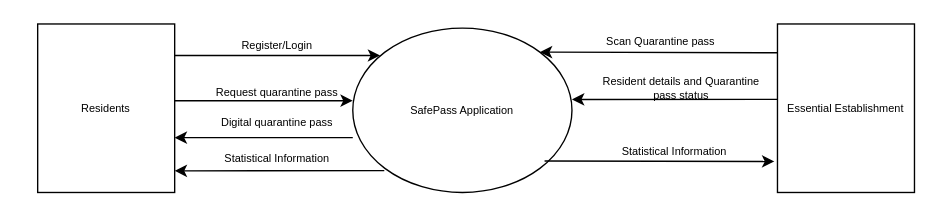
Earlier version of the draw.io diagram page "Page-1" (1 of 9) of joane/Diagram Drafts.drawio (jengfad/capstone). Source tidied: cells renumbered, new cells numbered last; positions are measured from the earlier drawing's top-left corner, leaving out a move shared by most shapes. Both pictures are drawn from the tidied source at 137%, with x=0, y=0 at pixel (37, 23).
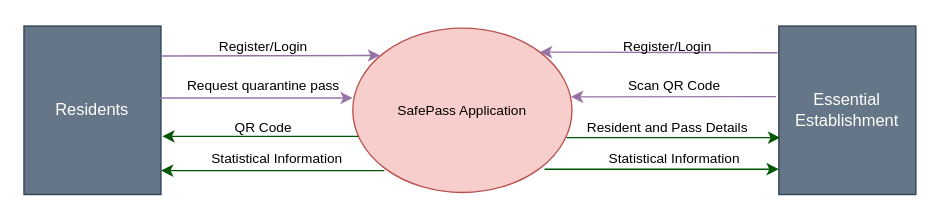
Above is the later version.

The edit, as a diff of the source:
```diff
@@
-    <mxCell id="2" value="SafePass Application" style="ellipse;whiteSpace=wrap;html=1;fontSize=8;" parent="1" vertex="1">
+    <mxCell id="2" value="&lt;font style=&quot;font-size: 10px&quot;&gt;SafePass Application&lt;/font&gt;" style="ellipse;whiteSpace=wrap;html=1;fontSize=8;fillColor=#f8cecc;strokeColor=#b85450;" parent="1" vertex="1">
       <mxGeometry x="230" y="3" width="160" height="120" as="geometry" />
     </mxCell>
-    <mxCell id="3" value="Residents" style="rounded=0;whiteSpace=wrap;html=1;fontSize=8;" parent="1" vertex="1">
-      <mxGeometry width="100" height="123" as="geometry" />
+    <mxCell id="3" value="&lt;font style=&quot;font-size: 12px&quot;&gt;Residents&lt;/font&gt;" style="rounded=0;whiteSpace=wrap;html=1;fontSize=8;fillColor=#647687;strokeColor=#314354;fontColor=#ffffff;" parent="1" vertex="1">
+      <mxGeometry x="-10" y="1.5" width="100" height="123" as="geometry" />
     </mxCell>
-    <mxCell id="4" style="endArrow=classic;html=1;fontSize=8;" parent="1" edge="1">
+    <mxCell id="4" style="endArrow=classic;html=1;fontSize=8;fillColor=#e1d5e7;strokeColor=#9673a6;" parent="1" edge="1">
       <mxGeometry relative="1" as="geometry">
-        <mxPoint x="100" y="56" as="sourcePoint" />
-        <mxPoint x="230" y="56" as="targetPoint" />
+        <mxPoint x="89" y="54" as="sourcePoint" />
+        <mxPoint x="230" y="54" as="targetPoint" />
       </mxGeometry>
     </mxCell>
-    <mxCell id="5" value="Request quarantine pass" style="text;html=1;strokeColor=none;fillColor=none;align=center;verticalAlign=middle;whiteSpace=wrap;rounded=0;fontSize=8;" parent="1" vertex="1">
-      <mxGeometry x="120" y="40" width="110" height="20" as="geometry" />
+    <mxCell id="5" value="Request quarantine pass" style="text;html=1;strokeColor=none;fillColor=none;align=center;verticalAlign=middle;whiteSpace=wrap;rounded=0;fontSize=10;" parent="1" vertex="1">
+      <mxGeometry x="100" y="35" width="130" height="20" as="geometry" />
     </mxCell>
-    <mxCell id="6" style="endArrow=classic;html=1;fontSize=8;entryX=1;entryY=0.75;entryDx=0;entryDy=0;exitX=1;exitY=1;exitDx=0;exitDy=0;" parent="1" edge="1" source="16">
+    <mxCell id="6" style="endArrow=classic;html=1;fontSize=8;fillColor=#008a00;strokeColor=#005700;" parent="1" edge="1">
       <mxGeometry relative="1" as="geometry">
-        <mxPoint x="100" y="83" as="targetPoint" />
+        <mxPoint x="234" y="82" as="sourcePoint" />
+        <mxPoint x="91" y="82" as="targetPoint" />
       </mxGeometry>
     </mxCell>
-    <mxCell id="7" value="Essential Establishment" style="rounded=0;whiteSpace=wrap;html=1;fontSize=8;" parent="1" vertex="1">
-      <mxGeometry x="540" width="100" height="123" as="geometry" />
+    <mxCell id="7" value="&lt;font style=&quot;font-size: 12px&quot;&gt;Essential Establishment&lt;/font&gt;" style="rounded=0;whiteSpace=wrap;html=1;fontSize=8;fillColor=#647687;strokeColor=#314354;fontColor=#ffffff;" parent="1" vertex="1">
+      <mxGeometry x="541" y="1.5" width="100" height="123" as="geometry" />
     </mxCell>
-    <mxCell id="8" value="Statistical Information" style="text;html=1;strokeColor=none;fillColor=none;align=center;verticalAlign=middle;whiteSpace=wrap;rounded=0;fontSize=8;" parent="1" vertex="1">
+    <mxCell id="8" value="Statistical Information" style="text;html=1;strokeColor=none;fillColor=none;align=center;verticalAlign=middle;whiteSpace=wrap;rounded=0;fontSize=10;" parent="1" vertex="1">
       <mxGeometry x="120" y="88" width="110" height="20" as="geometry" />
     </mxCell>
-    <mxCell id="9" style="endArrow=classic;html=1;fontSize=8;entryX=-0.023;entryY=0.816;entryDx=0;entryDy=0;entryPerimeter=0;" parent="1" edge="1" target="7">
+    <mxCell id="9" style="endArrow=classic;html=1;fontSize=8;fillColor=#008a00;strokeColor=#005700;" parent="1" edge="1">
       <mxGeometry relative="1" as="geometry">
-        <mxPoint x="370" y="100" as="sourcePoint" />
+        <mxPoint x="370" y="106" as="sourcePoint" />
+        <mxPoint x="541" y="106" as="targetPoint" />
       </mxGeometry>
     </mxCell>
-    <mxCell id="10" value="Scan Quarantine pass" style="text;html=1;strokeColor=none;fillColor=none;align=center;verticalAlign=middle;whiteSpace=wrap;rounded=0;fontSize=8;" parent="1" vertex="1">
-      <mxGeometry x="400" y="3" width="110" height="20" as="geometry" />
+    <mxCell id="10" value="Scan QR Code" style="text;html=1;strokeColor=none;fillColor=none;align=center;verticalAlign=middle;whiteSpace=wrap;rounded=0;fontSize=10;" parent="1" vertex="1">
+      <mxGeometry x="410" y="35" width="110" height="20" as="geometry" />
     </mxCell>
-    <mxCell id="11" style="endArrow=classic;html=1;fontSize=8;" parent="1" edge="1">
+    <mxCell id="11" style="endArrow=classic;html=1;fontSize=8;exitX=1.008;exitY=0.178;exitDx=0;exitDy=0;exitPerimeter=0;fillColor=#e1d5e7;strokeColor=#9673a6;" parent="1" edge="1" source="3">
       <mxGeometry relative="1" as="geometry">
-        <mxPoint x="100" y="23" as="sourcePoint" />
         <mxPoint x="250" y="23" as="targetPoint" />
       </mxGeometry>
     </mxCell>
-    <mxCell id="12" value="Register/Login" style="text;html=1;strokeColor=none;fillColor=none;align=center;verticalAlign=middle;whiteSpace=wrap;rounded=0;fontSize=8;" parent="1" vertex="1">
-      <mxGeometry x="120" y="6" width="110" height="20" as="geometry" />
+    <mxCell id="12" value="Register/Login" style="text;html=1;strokeColor=none;fillColor=none;align=center;verticalAlign=middle;whiteSpace=wrap;rounded=0;fontSize=10;" parent="1" vertex="1">
+      <mxGeometry x="110" y="6" width="110" height="20" as="geometry" />
     </mxCell>
-    <mxCell id="13" style="endArrow=classic;html=1;fontSize=8;entryX=1;entryY=0.75;entryDx=0;entryDy=0;" parent="1" edge="1">
+    <mxCell id="13" style="endArrow=classic;html=1;fontSize=8;entryX=0.995;entryY=0.443;entryDx=0;entryDy=0;entryPerimeter=0;fillColor=#e1d5e7;strokeColor=#9673a6;" parent="1" edge="1">
       <mxGeometry relative="1" as="geometry">
-        <mxPoint x="540" y="55" as="sourcePoint" />
-        <mxPoint x="390" y="55.1" as="targetPoint" />
+        <mxPoint x="539" y="53" as="sourcePoint" />
+        <mxPoint x="389.2" y="53.2" as="targetPoint" />
       </mxGeometry>
     </mxCell>
-    <mxCell id="14" style="endArrow=classic;html=1;fontSize=8;entryX=1;entryY=0;entryDx=0;entryDy=0;" parent="1" edge="1" target="2">
+    <mxCell id="14" style="endArrow=classic;html=1;fontSize=8;entryX=1;entryY=0;entryDx=0;entryDy=0;fillColor=#e1d5e7;strokeColor=#9673a6;" parent="1" edge="1" target="2">
       <mxGeometry relative="1" as="geometry">
         <mxPoint x="540" y="21" as="sourcePoint" />
       </mxGeometry>
     </mxCell>
-    <mxCell id="15" value="Resident details and Quarantine &lt;br&gt;pass status" style="text;html=1;strokeColor=none;fillColor=none;align=center;verticalAlign=middle;whiteSpace=wrap;rounded=0;fontSize=8;" parent="1" vertex="1">
-      <mxGeometry x="390" y="33" width="160" height="27" as="geometry" />
+    <mxCell id="15" value="Resident and Pass Details" style="text;html=1;strokeColor=none;fillColor=none;align=center;verticalAlign=middle;whiteSpace=wrap;rounded=0;fontSize=10;" parent="1" vertex="1">
+      <mxGeometry x="380" y="61" width="160" height="27" as="geometry" />
     </mxCell>
-    <mxCell id="16" value="Digital quarantine pass" style="text;html=1;strokeColor=none;fillColor=none;align=center;verticalAlign=middle;whiteSpace=wrap;rounded=0;fontSize=8;" parent="1" vertex="1">
-      <mxGeometry x="120" y="60" width="110" height="23" as="geometry" />
+    <mxCell id="16" value="QR Code" style="text;html=1;strokeColor=none;fillColor=none;align=center;verticalAlign=middle;whiteSpace=wrap;rounded=0;fontSize=10;" parent="1" vertex="1">
+      <mxGeometry x="110" y="63" width="110" height="23" as="geometry" />
     </mxCell>
-    <mxCell id="17" style="endArrow=classic;html=1;fontSize=8;entryX=1;entryY=0.75;entryDx=0;entryDy=0;" parent="1" edge="1">
+    <mxCell id="17" style="endArrow=classic;html=1;fontSize=8;fillColor=#008a00;strokeColor=#005700;" parent="1" edge="1">
       <mxGeometry relative="1" as="geometry">
         <mxPoint x="253" y="107" as="sourcePoint" />
-        <mxPoint x="100" y="107.2" as="targetPoint" />
+        <mxPoint x="90" y="107" as="targetPoint" />
       </mxGeometry>
     </mxCell>
-    <mxCell id="18" value="Statistical Information" style="text;html=1;strokeColor=none;fillColor=none;align=center;verticalAlign=middle;whiteSpace=wrap;rounded=0;fontSize=8;" parent="1" vertex="1">
-      <mxGeometry x="410" y="83" width="110" height="20" as="geometry" />
+    <mxCell id="18" value="Statistical Information" style="text;html=1;strokeColor=none;fillColor=none;align=center;verticalAlign=middle;whiteSpace=wrap;rounded=0;fontSize=10;" parent="1" vertex="1">
+      <mxGeometry x="410" y="88" width="110" height="20" as="geometry" />
     </mxCell>
+    <mxCell id="19" value="Register/Login" style="text;html=1;strokeColor=none;fillColor=none;align=center;verticalAlign=middle;whiteSpace=wrap;rounded=0;fontSize=10;" parent="1" vertex="1">
+      <mxGeometry x="405" y="6" width="110" height="20" as="geometry" />
+    </mxCell>
+    <mxCell id="20" style="endArrow=classic;html=1;fontSize=8;fillColor=#008a00;strokeColor=#005700;" parent="1" edge="1">
+      <mxGeometry relative="1" as="geometry">
+        <mxPoint x="386" y="83" as="sourcePoint" />
+        <mxPoint x="542" y="83" as="targetPoint" />
+      </mxGeometry>
+    </mxCell>
```
